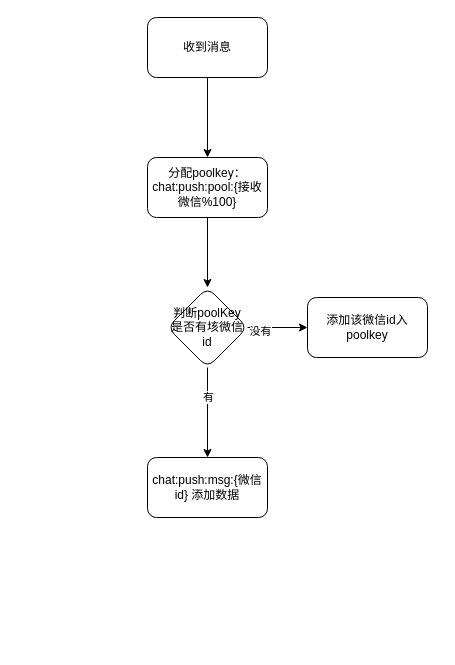
Above: miyuan/推送服务-存入redis.drawio in smallleaf/draw.io (draw.io), before the change. Source tidied: cells renumbered, new cells numbered last; positions are measured from the earlier drawing's top-left corner, leaving out a move shared by most shapes. Both pictures are drawn from the tidied source at 100%, with x=0, y=0 at pixel (147, 17).
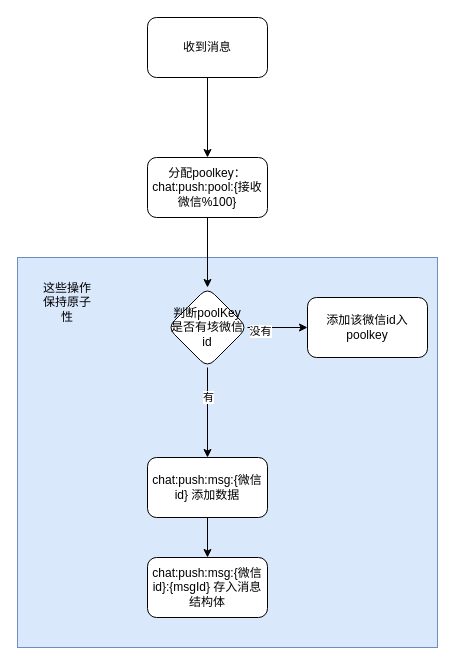
The same diagram, later.

Commit message (it also covers changes not shown here):
更新推送服务-存入redis.drawio

Diff of the diagram source:
```diff
@@
 <mxGraphModel>
   <root>
     <mxCell id="0" />
     <mxCell id="1" parent="0" />
+    <mxCell id="13" style="rounded=0;whiteSpace=wrap;html=1;fillColor=#dae8fc;strokeColor=#6c8ebf;" parent="1" vertex="1">
+      <mxGeometry x="-130" y="240" width="420" height="390" as="geometry" />
+    </mxCell>
     <mxCell id="2" style="edgeStyle=orthogonalEdgeStyle;rounded=0;jettySize=auto;html=1;" parent="1" edge="1" source="3" target="5">
       <mxGeometry relative="1" as="geometry" />
     </mxCell>
     <mxCell id="3" value="收到消息" style="rounded=1;whiteSpace=wrap;html=1;" parent="1" vertex="1">
       <mxGeometry width="120" height="60" as="geometry" />
     </mxCell>
     <mxCell id="4" style="edgeStyle=orthogonalEdgeStyle;rounded=0;jettySize=auto;html=1;" parent="1" edge="1" source="5" target="10">
       <mxGeometry relative="1" as="geometry" />
     </mxCell>
     <mxCell id="5" value="分配poolkey：chat:push:pool:{接收微信%100}" style="rounded=1;whiteSpace=wrap;html=1;" parent="1" vertex="1">
       <mxGeometry y="140" width="120" height="60" as="geometry" />
     </mxCell>
     <mxCell id="6" style="edgeStyle=orthogonalEdgeStyle;rounded=0;jettySize=auto;html=1;" parent="1" edge="1" source="10" target="11">
       <mxGeometry relative="1" as="geometry" />
     </mxCell>
     <mxCell id="7" value="有" style="edgeLabel;html=1;align=center;verticalAlign=middle;" parent="6" vertex="1">
       <mxGeometry x="-0.36" relative="1" as="geometry" />
     </mxCell>
     <mxCell id="8" style="edgeStyle=orthogonalEdgeStyle;rounded=0;jettySize=auto;html=1;" parent="1" edge="1" source="10" target="12">
       <mxGeometry relative="1" as="geometry" />
     </mxCell>
     <mxCell id="9" value="没有" style="edgeLabel;html=1;align=center;verticalAlign=middle;" parent="8" vertex="1">
       <mxGeometry x="-0.6" y="-3" relative="1" as="geometry" />
     </mxCell>
     <mxCell id="10" value="判断poolKey是否有垓微信id" style="rhombus;whiteSpace=wrap;html=1;rounded=1;" parent="1" vertex="1">
       <mxGeometry x="20" y="270" width="80" height="80" as="geometry" />
     </mxCell>
+    <mxCell id="14" style="edgeStyle=orthogonalEdgeStyle;rounded=0;jettySize=auto;html=1;" parent="1" edge="1" source="11" target="15">
+      <mxGeometry relative="1" as="geometry" />
+    </mxCell>
     <mxCell id="11" value="chat:push:msg:{微信id} 添加数据" style="whiteSpace=wrap;html=1;rounded=1;" parent="1" vertex="1">
       <mxGeometry y="440" width="120" height="60" as="geometry" />
     </mxCell>
     <mxCell id="12" value="添加该微信id入poolkey" style="whiteSpace=wrap;html=1;rounded=1;" parent="1" vertex="1">
       <mxGeometry x="160" y="280" width="120" height="60" as="geometry" />
     </mxCell>
+    <mxCell id="15" value="chat:push:msg:{微信id}:{msgId}&amp;nbsp;存入消息结构体" style="whiteSpace=wrap;html=1;rounded=1;" parent="1" vertex="1">
+      <mxGeometry y="540" width="120" height="60" as="geometry" />
+    </mxCell>
+    <mxCell id="16" value="这些操作保持原子性" style="text;html=1;align=center;verticalAlign=middle;whiteSpace=wrap;rounded=0;" parent="1" vertex="1">
+      <mxGeometry x="-110" y="270" width="60" height="30" as="geometry" />
+    </mxCell>
   </root>
 </mxGraphModel>
```
